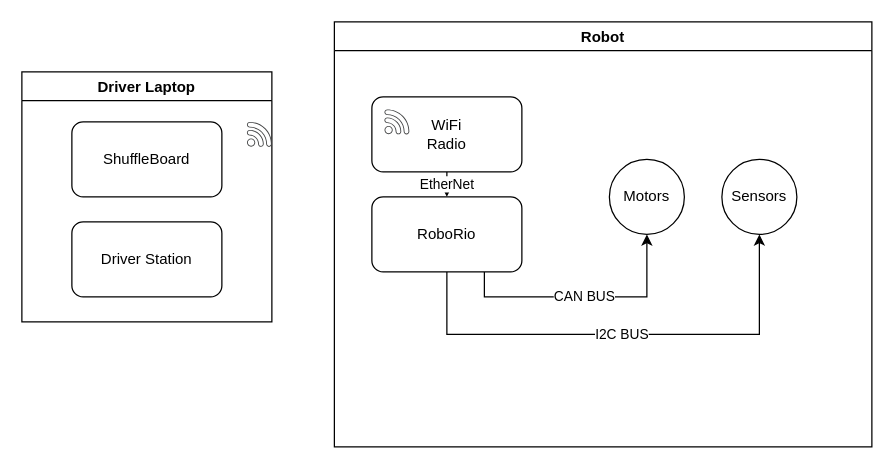
Before: Untitled Diagram.drawio in gotodd/2021FallBaseDrive, a draw.io diagram. Source tidied: cells renumbered, new cells numbered last; positions are measured from the earlier drawing's top-left corner, leaving out a move shared by most shapes. Both pictures are drawn from the tidied source at 125%, with x=0, y=0 at pixel (21, 21).
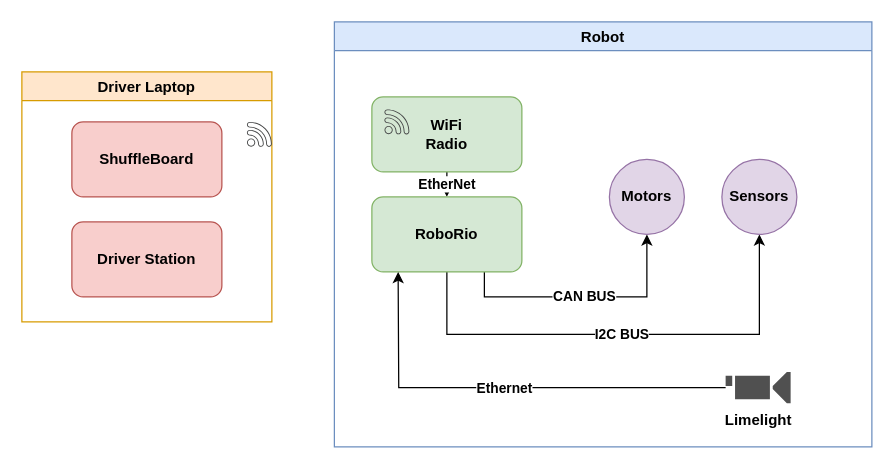
The same page after the edit.

The edit, as a diff of the source:
```diff
@@
 <mxGraphModel>
   <root>
     <mxCell id="0" />
     <mxCell id="1" parent="0" />
-    <mxCell id="2" value="Driver Laptop" style="swimlane;" parent="1" vertex="1">
+    <mxCell id="2" value="Driver Laptop" style="swimlane;fillColor=#ffe6cc;strokeColor=#d79b00;fontStyle=1;" parent="1" vertex="1">
       <mxGeometry y="40" width="200" height="200" as="geometry" />
     </mxCell>
-    <mxCell id="3" value="ShuffleBoard" style="rounded=1;whiteSpace=wrap;html=1;" parent="2" vertex="1">
+    <mxCell id="3" value="ShuffleBoard" style="rounded=1;whiteSpace=wrap;html=1;fillColor=#f8cecc;strokeColor=#b85450;fontStyle=1;" parent="2" vertex="1">
       <mxGeometry x="40" y="40" width="120" height="60" as="geometry" />
     </mxCell>
-    <mxCell id="4" value="Driver Station" style="rounded=1;whiteSpace=wrap;html=1;" parent="2" vertex="1">
+    <mxCell id="4" value="Driver Station" style="rounded=1;whiteSpace=wrap;html=1;fillColor=#f8cecc;strokeColor=#b85450;fontStyle=1;" parent="2" vertex="1">
       <mxGeometry x="40" y="120" width="120" height="60" as="geometry" />
     </mxCell>
-    <mxCell id="5" style="sketch=0;shadow=0;dashed=0;html=1;strokeColor=none;fillColor=#434445;labelPosition=center;verticalLabelPosition=bottom;verticalAlign=top;align=center;shape=mxgraph.vvd.wi_fi;" parent="2" vertex="1">
+    <mxCell id="5" style="sketch=0;shadow=0;dashed=0;html=1;strokeColor=none;fillColor=#434445;labelPosition=center;verticalLabelPosition=bottom;verticalAlign=top;align=center;shape=mxgraph.vvd.wi_fi;fontStyle=1;" parent="2" vertex="1">
       <mxGeometry x="180" y="40" width="20" height="20" as="geometry" />
     </mxCell>
-    <mxCell id="6" value="Robot" style="swimlane;" parent="1" vertex="1">
+    <mxCell id="6" value="Robot" style="swimlane;fillColor=#dae8fc;strokeColor=#6c8ebf;fontStyle=1;" parent="1" vertex="1">
       <mxGeometry x="250" width="430" height="340" as="geometry" />
     </mxCell>
-    <mxCell id="7" value="EtherNet" style="edgeStyle=orthogonalEdgeStyle;rounded=0;jettySize=auto;html=1;exitX=0.5;exitY=1;exitDx=0;exitDy=0;entryX=0.5;entryY=0;entryDx=0;entryDy=0;" parent="6" edge="1" source="8" target="11">
+    <mxCell id="7" value="EtherNet" style="edgeStyle=orthogonalEdgeStyle;rounded=0;jettySize=auto;html=1;exitX=0.5;exitY=1;exitDx=0;exitDy=0;entryX=0.5;entryY=0;entryDx=0;entryDy=0;fontStyle=1;" parent="6" edge="1" source="8" target="11">
       <mxGeometry relative="1" as="geometry" />
     </mxCell>
-    <mxCell id="8" value="WiFi&lt;br&gt;Radio" style="rounded=1;whiteSpace=wrap;html=1;" parent="6" vertex="1">
+    <mxCell id="8" value="WiFi&lt;br&gt;Radio" style="rounded=1;whiteSpace=wrap;html=1;fillColor=#d5e8d4;strokeColor=#82b366;fontStyle=1;" parent="6" vertex="1">
       <mxGeometry x="30" y="60" width="120" height="60" as="geometry" />
     </mxCell>
-    <mxCell id="9" value="CAN BUS" style="edgeStyle=orthogonalEdgeStyle;rounded=0;jettySize=auto;html=1;exitX=0.75;exitY=1;exitDx=0;exitDy=0;entryX=0.5;entryY=1;entryDx=0;entryDy=0;" parent="6" edge="1" source="11" target="13">
+    <mxCell id="9" value="CAN BUS" style="edgeStyle=orthogonalEdgeStyle;rounded=0;jettySize=auto;html=1;exitX=0.75;exitY=1;exitDx=0;exitDy=0;entryX=0.5;entryY=1;entryDx=0;entryDy=0;fontStyle=1;" parent="6" edge="1" source="11" target="13">
       <mxGeometry relative="1" as="geometry" />
     </mxCell>
-    <mxCell id="10" value="I2C BUS" style="edgeStyle=orthogonalEdgeStyle;rounded=0;jettySize=auto;html=1;exitX=0.5;exitY=1;exitDx=0;exitDy=0;entryX=0.5;entryY=1;entryDx=0;entryDy=0;" parent="6" edge="1" source="11" target="14">
+    <mxCell id="10" value="I2C BUS" style="edgeStyle=orthogonalEdgeStyle;rounded=0;jettySize=auto;html=1;exitX=0.5;exitY=1;exitDx=0;exitDy=0;entryX=0.5;entryY=1;entryDx=0;entryDy=0;fontStyle=1;" parent="6" edge="1" source="11" target="14">
       <mxGeometry relative="1" as="geometry">
         <Array as="points">
           <mxPoint x="90" y="250" />
           <mxPoint x="340" y="250" />
         </Array>
       </mxGeometry>
     </mxCell>
-    <mxCell id="11" value="RoboRio" style="rounded=1;whiteSpace=wrap;html=1;" parent="6" vertex="1">
+    <mxCell id="11" value="RoboRio" style="rounded=1;whiteSpace=wrap;html=1;fillColor=#d5e8d4;strokeColor=#82b366;fontStyle=1;" parent="6" vertex="1">
       <mxGeometry x="30" y="140" width="120" height="60" as="geometry" />
     </mxCell>
-    <mxCell id="12" style="sketch=0;shadow=0;dashed=0;html=1;strokeColor=none;fillColor=#434445;labelPosition=center;verticalLabelPosition=bottom;verticalAlign=top;align=center;shape=mxgraph.vvd.wi_fi;" parent="6" vertex="1">
+    <mxCell id="12" style="sketch=0;shadow=0;dashed=0;html=1;strokeColor=none;fillColor=#434445;labelPosition=center;verticalLabelPosition=bottom;verticalAlign=top;align=center;shape=mxgraph.vvd.wi_fi;fontStyle=1;" parent="6" vertex="1">
       <mxGeometry x="40" y="70" width="20" height="20" as="geometry" />
     </mxCell>
-    <mxCell id="13" value="Motors" style="ellipse;whiteSpace=wrap;html=1;" parent="6" vertex="1">
+    <mxCell id="13" value="Motors" style="ellipse;whiteSpace=wrap;html=1;fillColor=#e1d5e7;strokeColor=#9673a6;fontStyle=1;" parent="6" vertex="1">
       <mxGeometry x="220" y="110" width="60" height="60" as="geometry" />
     </mxCell>
-    <mxCell id="14" value="Sensors" style="ellipse;whiteSpace=wrap;html=1;" parent="6" vertex="1">
+    <mxCell id="14" value="Sensors" style="ellipse;whiteSpace=wrap;html=1;fillColor=#e1d5e7;strokeColor=#9673a6;fontStyle=1;" parent="6" vertex="1">
       <mxGeometry x="310" y="110" width="60" height="60" as="geometry" />
     </mxCell>
+    <mxCell id="15" value="Ethernet" style="edgeStyle=orthogonalEdgeStyle;rounded=0;jettySize=auto;html=1;fontStyle=1;" parent="6" edge="1" source="16">
+      <mxGeometry relative="1" as="geometry">
+        <mxPoint x="51" y="200" as="targetPoint" />
+      </mxGeometry>
+    </mxCell>
+    <mxCell id="16" value="Limelight" style="sketch=0;shadow=0;dashed=0;html=1;strokeColor=none;fillColor=#505050;labelPosition=center;verticalLabelPosition=bottom;verticalAlign=top;outlineConnect=0;align=center;shape=mxgraph.office.devices.video_camera;fontStyle=1;" parent="6" vertex="1">
+      <mxGeometry x="313" y="280" width="52" height="25" as="geometry" />
+    </mxCell>
   </root>
 </mxGraphModel>
```
